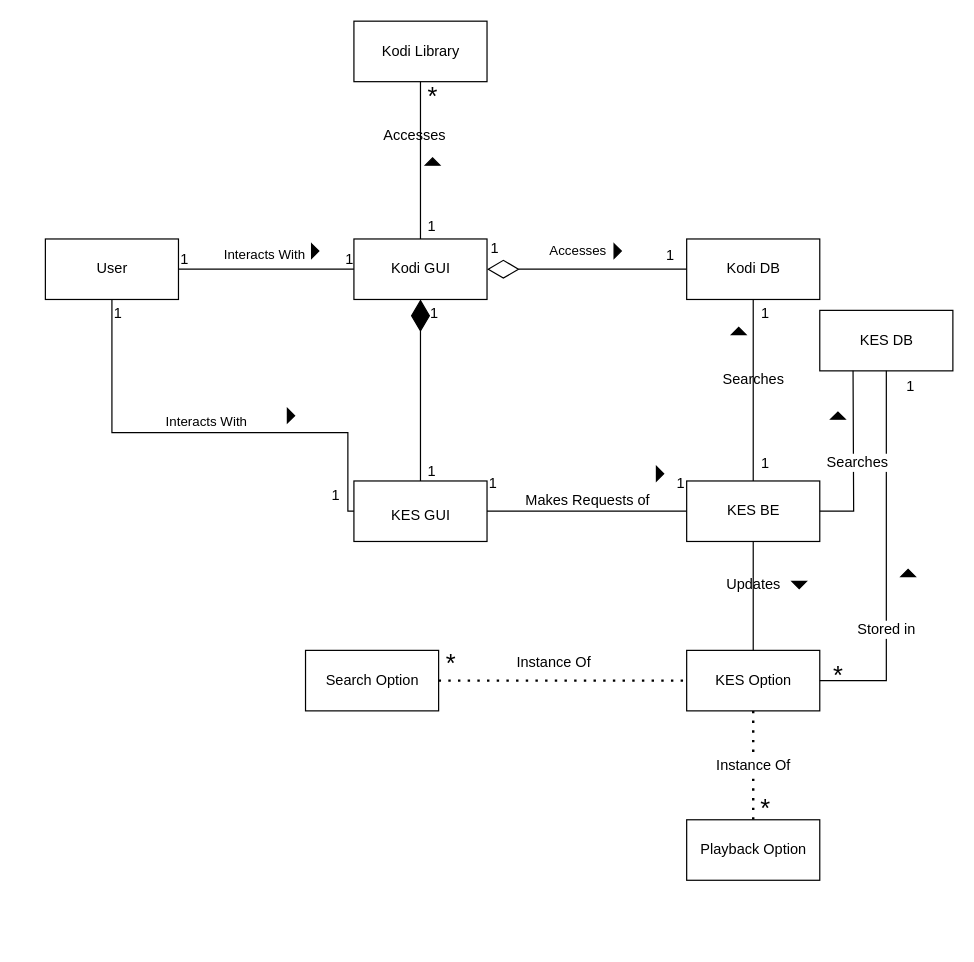
dustinmcmahon/kodiAddon keeps this draw.io diagram as uml.drawio. Above is the earlier version. Source tidied: cells renumbered, new cells numbered last; positions are measured from the earlier drawing's top-left corner, leaving out a move shared by most shapes. Both pictures are drawn from the tidied source at 121%, with x=0, y=0 at pixel (45, 21).
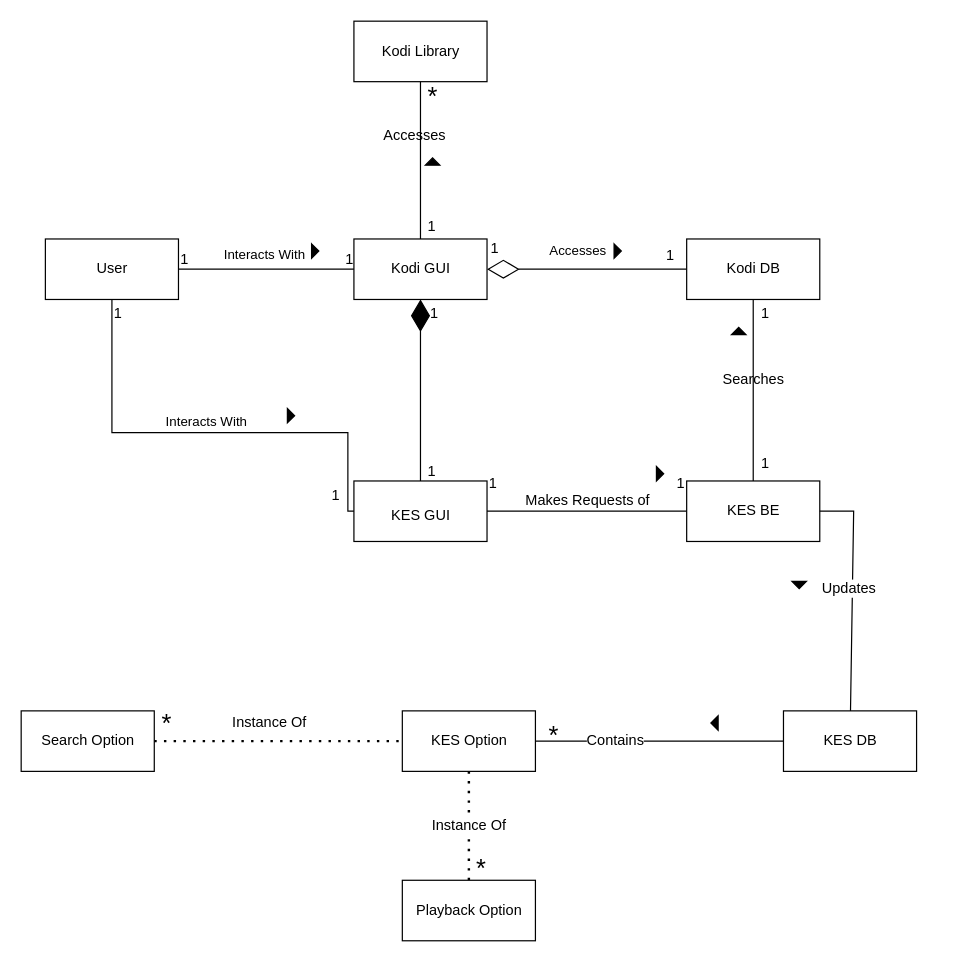
The same diagram, later.

Commit message (it also covers changes not shown here):
UML Diagrams 2

The change refers to these unchanged cells:
```xml
<mxCell id="17" value="KES BE" style="html=1;" parent="1" vertex="1">
  <mxGeometry x="530" y="380" width="110" height="50" as="geometry" />
</mxCell>
```

Diff of the diagram source:
```diff
@@
     <mxCell id="11" value="KES Option" style="html=1;fontSize=12;" parent="1" vertex="1">
-      <mxGeometry x="530" y="520" width="110" height="50" as="geometry" />
+      <mxGeometry x="295" y="570" width="110" height="50" as="geometry" />
     </mxCell>
@@
     <mxCell id="18" value="KES DB" style="html=1;" parent="1" vertex="1">
-      <mxGeometry x="640" y="239" width="110" height="50" as="geometry" />
+      <mxGeometry x="610" y="570" width="110" height="50" as="geometry" />
     </mxCell>
@@
-    <mxCell id="34" value="1" style="html=1;align=left;verticalAlign=bottom;labelBackgroundColor=none;" parent="1" vertex="1">
-      <mxGeometry x="710" y="310" as="geometry" />
-    </mxCell>
@@
-    <mxCell id="39" value="Updates" style="endArrow=none;html=1;rounded=0;align=center;verticalAlign=bottom;labelBackgroundColor=none;fontSize=12;exitX=0.5;exitY=0;exitDx=0;exitDy=0;entryX=0.5;entryY=1;entryDx=0;entryDy=0;" parent="1" edge="1" source="11" target="17">
-      <mxGeometry relative="1" as="geometry" />
-    </mxCell>
-    <mxCell id="40" style="triangle;fillColor=strokeColor;fontSize=12;rotation=-90;" parent="1" vertex="1">
-      <mxGeometry x="710" y="450" width="6" height="12" as="geometry" />
-    </mxCell>
-    <mxCell id="41" style="endArrow=none;html=1;rounded=0;align=center;verticalAlign=bottom;labelBackgroundColor=none;fontSize=12;exitX=1;exitY=0.5;exitDx=0;exitDy=0;entryX=0.5;entryY=1;entryDx=0;entryDy=0;" parent="1" edge="1" source="11" target="18">
-      <mxGeometry relative="1" as="geometry">
-        <Array as="points">
-          <mxPoint x="695" y="545" />
-        </Array>
-      </mxGeometry>
+    <mxCell id="41" style="endArrow=none;html=1;rounded=0;align=center;verticalAlign=bottom;labelBackgroundColor=none;fontSize=12;exitX=1;exitY=0.5;exitDx=0;exitDy=0;entryX=0;entryY=0.5;entryDx=0;entryDy=0;" parent="1" edge="1" source="11" target="18">
+      <mxGeometry relative="1" as="geometry" />
     </mxCell>
-    <mxCell id="42" value="Stored in" style="edgeLabel;html=1;align=center;verticalAlign=middle;fontSize=12;" parent="41" vertex="1">
+    <mxCell id="42" value="Contains" style="edgeLabel;html=1;align=center;verticalAlign=middle;fontSize=12;" parent="41" vertex="1">
       <mxGeometry x="-0.37" y="1" relative="1" as="geometry" />
     </mxCell>
     <mxCell id="43" value="*" style="text;html=1;align=center;verticalAlign=middle;strokeColor=none;fillColor=none;fontSize=21;" parent="1" vertex="1">
-      <mxGeometry x="640" y="520" width="30" height="40" as="geometry" />
+      <mxGeometry x="405" y="570" width="30" height="40" as="geometry" />
     </mxCell>
-    <mxCell id="44" style="triangle;fillColor=strokeColor;fontSize=12;rotation=-90;" parent="1" vertex="1">
-      <mxGeometry x="652" y="320" width="6" height="12" as="geometry" />
-    </mxCell>
-    <mxCell id="45" style="endArrow=none;html=1;rounded=0;align=center;verticalAlign=bottom;labelBackgroundColor=none;fontSize=12;exitX=1;exitY=0.5;exitDx=0;exitDy=0;entryX=0.25;entryY=1;entryDx=0;entryDy=0;" parent="1" edge="1" source="17" target="18">
+    <mxCell id="45" style="endArrow=none;html=1;rounded=0;align=center;verticalAlign=bottom;labelBackgroundColor=none;fontSize=12;exitX=1;exitY=0.5;exitDx=0;exitDy=0;" parent="1" edge="1" source="17" target="18">
       <mxGeometry relative="1" as="geometry">
         <Array as="points">
           <mxPoint x="668" y="405" />
         </Array>
       </mxGeometry>
     </mxCell>
-    <mxCell id="46" value="Searches" style="edgeLabel;html=1;align=center;verticalAlign=middle;fontSize=12;" parent="45" vertex="1">
+    <mxCell id="46" value="Updates" style="edgeLabel;html=1;align=center;verticalAlign=middle;fontSize=12;" parent="45" vertex="1">
       <mxGeometry x="-0.05" y="-3" relative="1" as="geometry" />
     </mxCell>
@@
     <mxCell id="48" value="Search Option" style="html=1;fontSize=12;" parent="1" vertex="1">
-      <mxGeometry x="215" y="520" width="110" height="50" as="geometry" />
+      <mxGeometry x="-20" y="570" width="110" height="50" as="geometry" />
     </mxCell>
     <mxCell id="49" value="Playback Option" style="html=1;fontSize=12;" parent="1" vertex="1">
-      <mxGeometry x="530" y="660" width="110" height="50" as="geometry" />
+      <mxGeometry x="295" y="710" width="110" height="50" as="geometry" />
     </mxCell>
@@
     <mxCell id="51" value="*" style="text;html=1;align=center;verticalAlign=middle;strokeColor=none;fillColor=none;fontSize=21;" parent="1" vertex="1">
-      <mxGeometry x="580" y="630" width="30" height="40" as="geometry" />
+      <mxGeometry x="345" y="680" width="30" height="40" as="geometry" />
     </mxCell>
     <mxCell id="52" value="*" style="text;html=1;align=center;verticalAlign=middle;strokeColor=none;fillColor=none;fontSize=21;" parent="1" vertex="1">
-      <mxGeometry x="320" y="510" width="30" height="40" as="geometry" />
+      <mxGeometry x="85" y="560" width="30" height="40" as="geometry" />
     </mxCell>
+    <mxCell id="53" style="triangle;fillColor=strokeColor;fontSize=12;rotation=-180;" parent="1" vertex="1">
+      <mxGeometry x="550" y="574" width="6" height="12" as="geometry" />
+    </mxCell>
```
